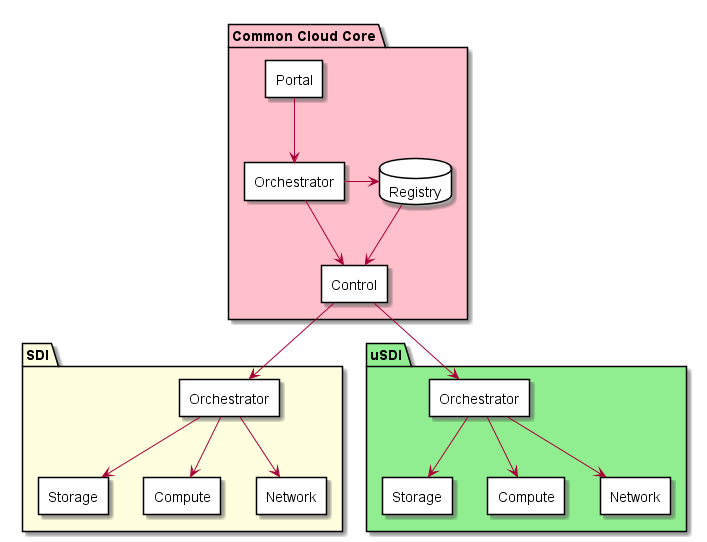
Above: docs/Solution/LogicalCloud.png in CAADE/edgeville (PlantUML), before the change. The source it was exported from:
```plantuml
@startuml
package "Common Cloud Core" as HC #pink {
  rectangle "Portal" {
  }
  database "Registry" {
  }
  rectangle "Control" {
  }
  rectangle "Orchestrator" {
  }
  Portal --> Orchestrator
  Orchestrator --> Control
  Orchestrator -> Registry
  Registry --> Control
}
package "SDI" #lightyellow {
  rectangle "Orchestrator" as OSDI {
  }
  rectangle "Storage" as SSDI {
  }
  rectangle "Compute" as CSDI {
  }
  rectangle "Network" as NSDI {
  }
  OSDI --> SSDI
  OSDI --> CSDI
  OSDI --> NSDI
}
package "uSDI" #lightgreen {
      rectangle "Orchestrator" as OuSDI {
      }
      rectangle "Storage" as SuSDI {
      }
      rectangle "Compute" as CuSDI {
      }
      rectangle "Network" as NuSDI {
      }
      OuSDI --> SuSDI
      OuSDI --> CuSDI
      OuSDI --> NuSDI
}

Control --> OuSDI
Control --> OSDI
@enduml
```
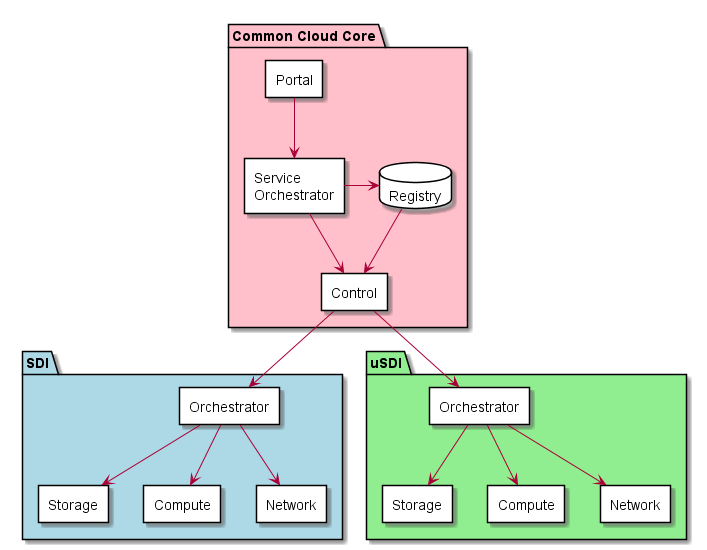
Later version of the same file.

Change to the diagram source:
```diff
@@ -6,14 +6,14 @@
   }
   rectangle "Control" {
   }
-  rectangle "Orchestrator" {
+  rectangle "Service\nOrchestrator" as SO {
   }
-  Portal --> Orchestrator
-  Orchestrator --> Control
-  Orchestrator -> Registry
+  Portal --> SO
+  SO --> Control
+  SO -> Registry
   Registry --> Control
 }
-package "SDI" #lightyellow {
+package "SDI" #lightblue {
   rectangle "Orchestrator" as OSDI {
   }
   rectangle "Storage" as SSDI {
```
